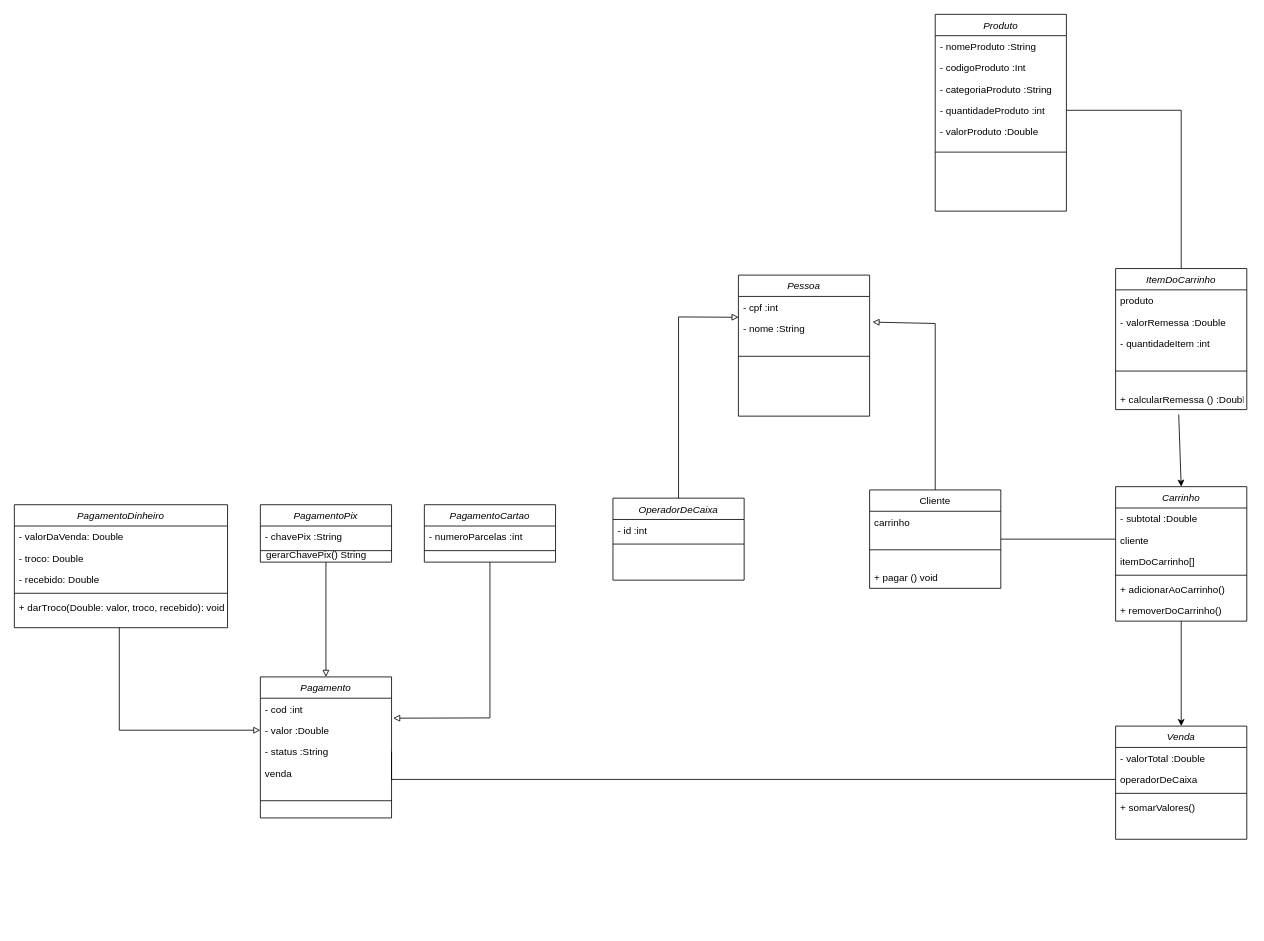
Earlier version of the draw.io diagram Diagrama sem nome.drawio (leticiagsilvaa/projetoMercado_poo). Source tidied: cells renumbered, new cells numbered last; positions are measured from the earlier drawing's top-left corner, leaving out a move shared by most shapes. Both pictures are drawn from the tidied source at 82%, with x=0, y=0 at pixel (14, 14).
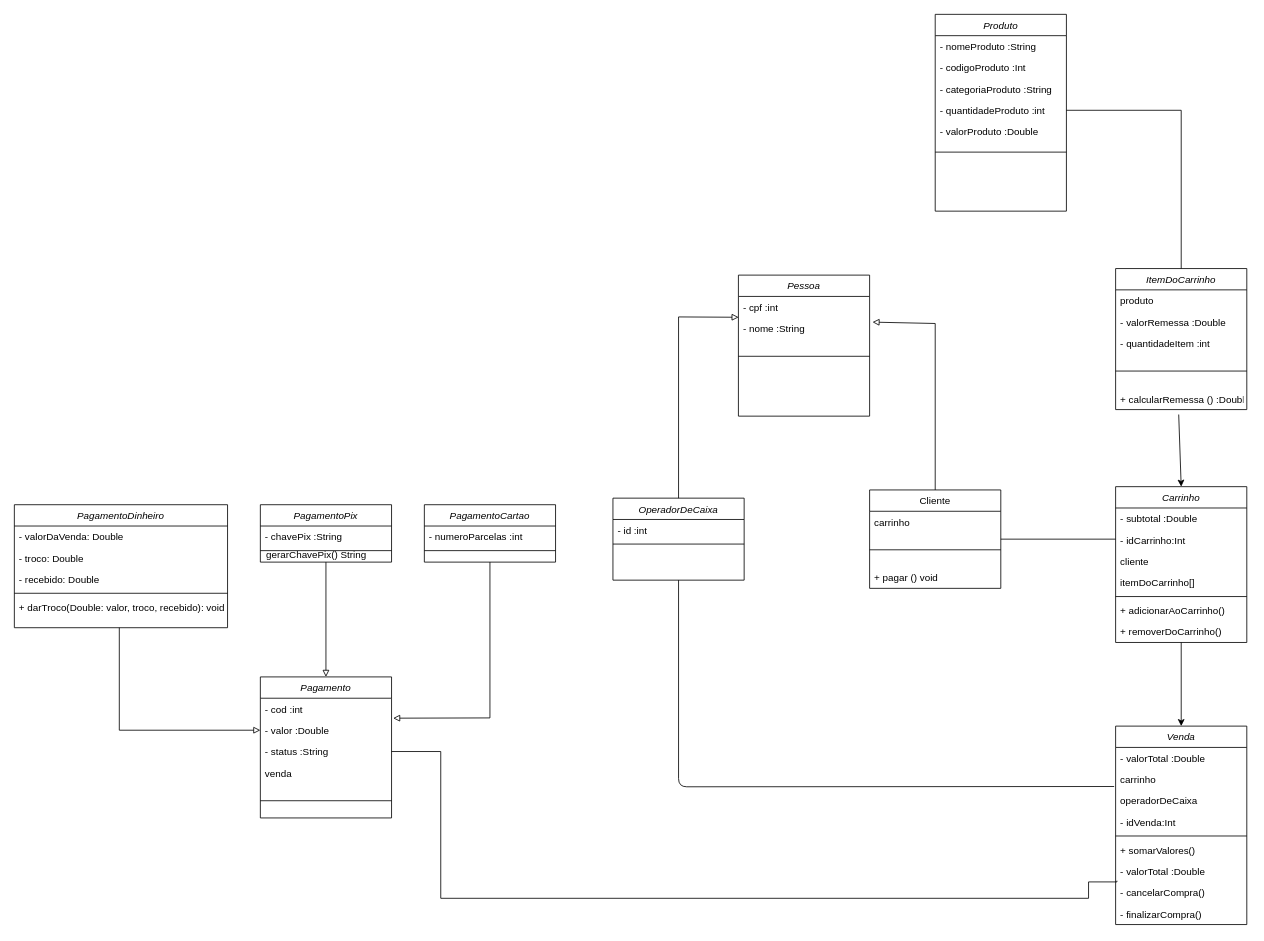
After the change.

Commit message (it also covers changes not shown here):
Up classes Carrinho e Compra e att o diagrama

The change refers to these unchanged cells:
```xml
<mxCell id="25" value="OperadorDeCaixa" style="swimlane;fontStyle=2;align=center;verticalAlign=top;horizontal=1;startSize=26;rounded=0;shadow=0;strokeWidth=1;" parent="1" vertex="1">
  <mxGeometry x="730" y="590" width="160" height="100" as="geometry" />
</mxCell>
<mxCell id="31" value="- status :String" style="text;align=left;verticalAlign=top;spacingLeft=4;spacingRight=4;overflow=hidden;points=[[0,0.5],[1,0.5]];portConstraint=eastwest;rounded=0;shadow=0;html=0;" parent="28" vertex="1">
  <mxGeometry y="78" width="160" height="26" as="geometry" />
</mxCell>
```

What changed in the source:
```diff
@@
     <mxCell id="13" value="Carrinho" style="swimlane;fontStyle=2;align=center;verticalAlign=top;horizontal=1;startSize=26;rounded=0;shadow=0;strokeWidth=1;" parent="1" vertex="1">
-      <mxGeometry x="1343" y="576" width="160" height="164" as="geometry" />
+      <mxGeometry x="1343" y="576" width="160" height="190" as="geometry" />
     </mxCell>
@@
+    <mxCell id="67" value="- idCarrinho:Int" style="text;align=left;verticalAlign=top;spacingLeft=4;spacingRight=4;overflow=hidden;" parent="13" vertex="1">
+      <mxGeometry y="52" width="160" height="26" as="geometry" />
+    </mxCell>
     <mxCell id="15" value="cliente" style="text;align=left;verticalAlign=top;spacingLeft=4;spacingRight=4;overflow=hidden;" parent="13" vertex="1">
-      <mxGeometry y="52" width="160" height="26" as="geometry" />
+      <mxGeometry y="78" width="160" height="26" as="geometry" />
     </mxCell>
     <mxCell id="16" value="itemDoCarrinho[]" style="text;align=left;verticalAlign=top;spacingLeft=4;spacingRight=4;overflow=hidden;rounded=0;shadow=0;html=0;" parent="13" vertex="1">
-      <mxGeometry y="78" width="160" height="26" as="geometry" />
+      <mxGeometry y="104" width="160" height="26" as="geometry" />
     </mxCell>
     <mxCell id="17" style="line;html=1;strokeWidth=1;align=left;verticalAlign=middle;spacingTop=-1;spacingLeft=3;spacingRight=3;labelPosition=right;" parent="13" vertex="1">
-      <mxGeometry y="104" width="160" height="8" as="geometry" />
+      <mxGeometry y="130" width="160" height="8" as="geometry" />
     </mxCell>
     <mxCell id="18" value="+ adicionarAoCarrinho()" style="text;align=left;verticalAlign=top;spacingLeft=4;spacingRight=4;overflow=hidden;" parent="13" vertex="1">
-      <mxGeometry y="112" width="160" height="26" as="geometry" />
+      <mxGeometry y="138" width="160" height="26" as="geometry" />
     </mxCell>
     <mxCell id="19" value="+ removerDoCarrinho()" style="text;align=left;verticalAlign=top;spacingLeft=4;spacingRight=4;overflow=hidden;" parent="13" vertex="1">
-      <mxGeometry y="138" width="160" height="26" as="geometry" />
+      <mxGeometry y="164" width="160" height="26" as="geometry" />
     </mxCell>
     <mxCell id="20" value="Venda" style="swimlane;fontStyle=2;align=center;verticalAlign=top;horizontal=1;startSize=26;rounded=0;shadow=0;strokeWidth=1;" parent="1" vertex="1">
-      <mxGeometry x="1343" y="868" width="160" height="138" as="geometry" />
+      <mxGeometry x="1343" y="868" width="160" height="242" as="geometry" />
     </mxCell>
@@
-    <mxCell id="22" value="operadorDeCaixa" style="text;align=left;verticalAlign=top;spacingLeft=4;spacingRight=4;overflow=hidden;points=[[0,0.5],[1,0.5]];portConstraint=eastwest;rounded=0;shadow=0;html=0;" parent="20" vertex="1">
+    <mxCell id="22" value="carrinho" style="text;align=left;verticalAlign=top;spacingLeft=4;spacingRight=4;overflow=hidden;points=[[0,0.5],[1,0.5]];portConstraint=eastwest;rounded=0;shadow=0;html=0;" parent="20" vertex="1">
       <mxGeometry y="52" width="160" height="26" as="geometry" />
     </mxCell>
+    <mxCell id="68" value="operadorDeCaixa" style="text;align=left;verticalAlign=top;spacingLeft=4;spacingRight=4;overflow=hidden;points=[[0,0.5],[1,0.5]];portConstraint=eastwest;rounded=0;shadow=0;html=0;" parent="20" vertex="1">
+      <mxGeometry y="78" width="160" height="26" as="geometry" />
+    </mxCell>
+    <mxCell id="69" value="- idVenda:Int" style="text;align=left;verticalAlign=top;spacingLeft=4;spacingRight=4;overflow=hidden;rounded=0;shadow=0;html=0;" parent="20" vertex="1">
+      <mxGeometry y="104" width="160" height="26" as="geometry" />
+    </mxCell>
     <mxCell id="23" style="line;html=1;strokeWidth=1;align=left;verticalAlign=middle;spacingTop=-1;spacingLeft=3;spacingRight=3;labelPosition=right;" parent="20" vertex="1">
-      <mxGeometry y="78" width="160" height="8" as="geometry" />
+      <mxGeometry y="130" width="160" height="8" as="geometry" />
     </mxCell>
     <mxCell id="24" value="+ somarValores()" style="text;align=left;verticalAlign=top;spacingLeft=4;spacingRight=4;overflow=hidden;rounded=0;shadow=0;html=0;" parent="20" vertex="1">
-      <mxGeometry y="86" width="160" height="26" as="geometry" />
+      <mxGeometry y="138" width="160" height="26" as="geometry" />
     </mxCell>
+    <mxCell id="70" value="- valorTotal :Double" style="text;align=left;verticalAlign=top;spacingLeft=4;spacingRight=4;overflow=hidden;" parent="20" vertex="1">
+      <mxGeometry y="164" width="160" height="26" as="geometry" />
+    </mxCell>
+    <mxCell id="71" value="- cancelarCompra()" style="text;align=left;verticalAlign=top;spacingLeft=4;spacingRight=4;overflow=hidden;points=[[0,0.5],[1,0.5]];portConstraint=eastwest;" parent="20" vertex="1">
+      <mxGeometry y="190" width="160" height="26" as="geometry" />
+    </mxCell>
+    <mxCell id="72" value="- finalizarCompra()" style="text;align=left;verticalAlign=top;spacingLeft=4;spacingRight=4;overflow=hidden;" parent="20" vertex="1">
+      <mxGeometry y="216" width="160" height="26" as="geometry" />
+    </mxCell>
+    <mxCell id="73" style="edgeStyle=none;html=1;exitX=0.5;exitY=1;exitDx=0;exitDy=0;entryX=-0.011;entryY=-0.167;entryDx=0;entryDy=0;entryPerimeter=0;strokeColor=default;endArrow=none;endFill=0;" parent="1" edge="1" source="25" target="68">
+      <mxGeometry relative="1" as="geometry">
+        <Array as="points">
+          <mxPoint x="810" y="942" />
+        </Array>
+      </mxGeometry>
+    </mxCell>
@@
-    <mxCell id="65" style="edgeStyle=orthogonalEdgeStyle;rounded=0;jettySize=auto;html=1;exitX=1;exitY=0.5;exitDx=0;exitDy=0;entryX=0;entryY=0.5;entryDx=0;entryDy=0;endArrow=none;endFill=0;" parent="1" edge="1" source="31" target="22">
+    <mxCell id="65" style="edgeStyle=orthogonalEdgeStyle;rounded=0;jettySize=auto;html=1;exitX=1;exitY=0.5;exitDx=0;exitDy=0;endArrow=none;endFill=0;entryX=0.01;entryY=-0.056;entryDx=0;entryDy=0;entryPerimeter=0;" parent="1" edge="1" source="31" target="71">
       <mxGeometry relative="1" as="geometry">
         <Array as="points">
-          <mxPoint x="460" y="933" />
+          <mxPoint x="520" y="899" />
+          <mxPoint x="520" y="1078" />
+          <mxPoint x="1310" y="1078" />
+          <mxPoint x="1310" y="1058" />
+          <mxPoint x="1345" y="1058" />
         </Array>
       </mxGeometry>
     </mxCell>
```
